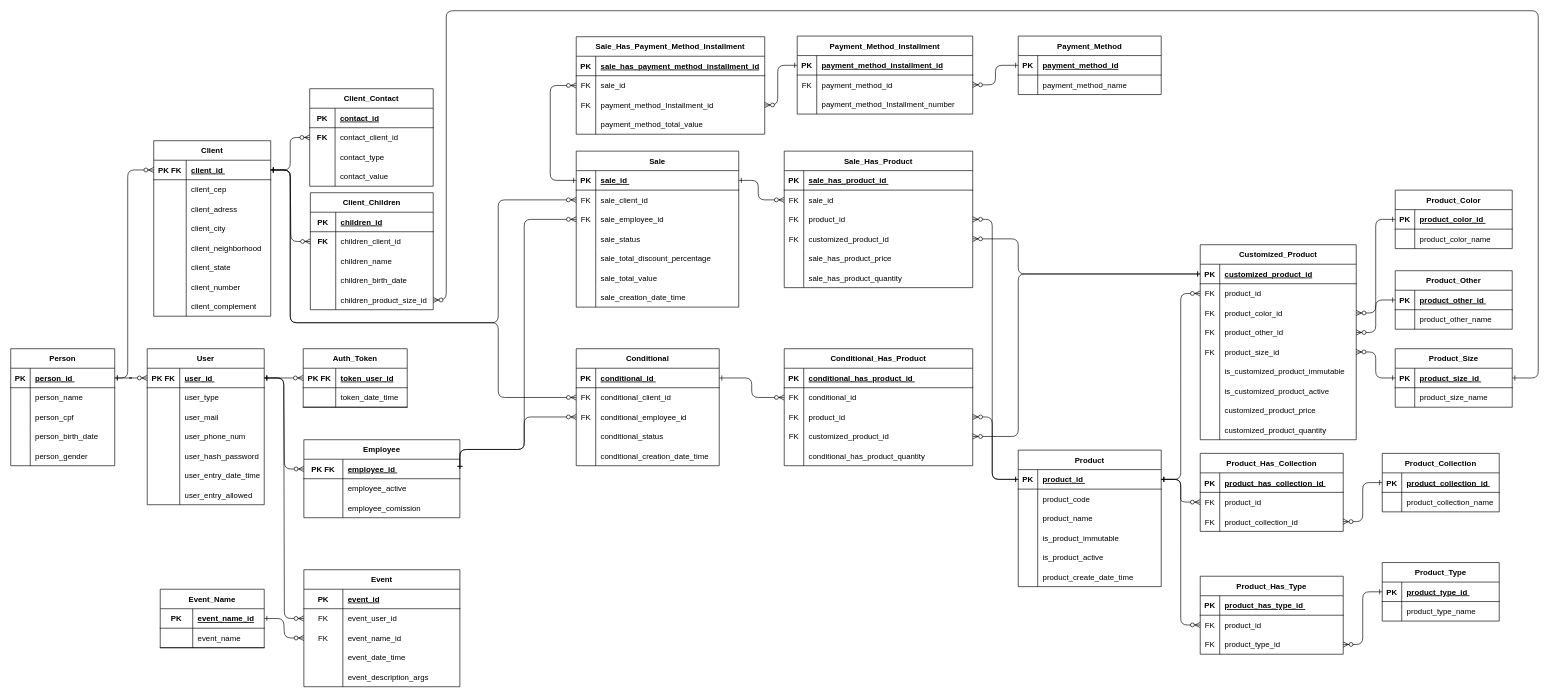
VCalixtoR/gestaomt-back keeps this draw.io diagram as documentation/others/RelationalDB.drawio. Above is the earlier version. Source tidied: cells renumbered, new cells numbered last; positions are measured from the earlier drawing's top-left corner, leaving out a move shared by most shapes. Both pictures are drawn from the tidied source at 65%, with x=0, y=0 at pixel (10, 10).
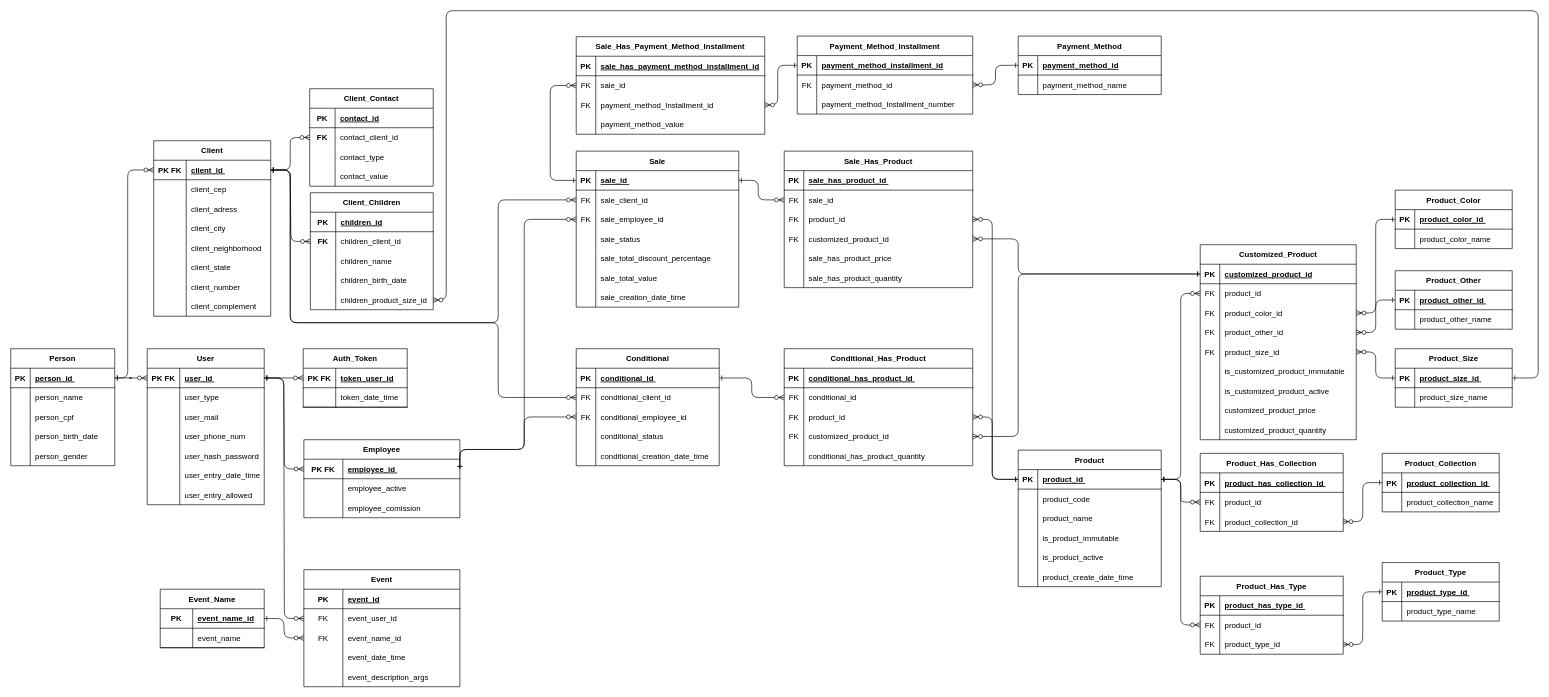
After the change.

Commit message (it also covers changes not shown here):
refactor: rename payment_method_value

The change refers to these unchanged cells:
```xml
<mxCell id="364" style="shape=partialRectangle;fillColor=none;top=0;left=0;right=0;bottom=0;" parent="354" vertex="1">
  <mxGeometry y="120" width="290" height="30" as="geometry" />
</mxCell>
```

The edit, as a diff of the source:
```diff
@@
-    <mxCell id="366" value="payment_method_total_value" style="shape=partialRectangle;overflow=hidden;fillColor=none;top=0;left=0;bottom=0;right=0;align=left;spacingLeft=6;spacingTop=0;" parent="364" vertex="1">
+    <mxCell id="366" value="payment_method_value" style="shape=partialRectangle;overflow=hidden;fillColor=none;top=0;left=0;bottom=0;right=0;align=left;spacingLeft=6;spacingTop=0;" parent="364" vertex="1">
       <mxGeometry x="30" width="260" height="30" as="geometry" />
     </mxCell>
```
